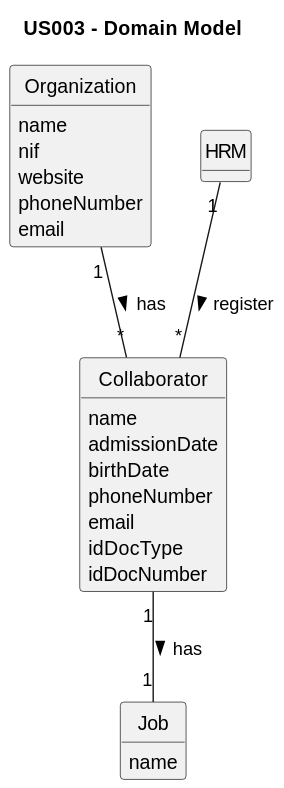
Rui-San/LAPR2_2023_2024 keeps this PlantUML diagram as docs/sprintB/us003/02.analysis/svg/us003-domain-model.svg. Above is the earlier version.
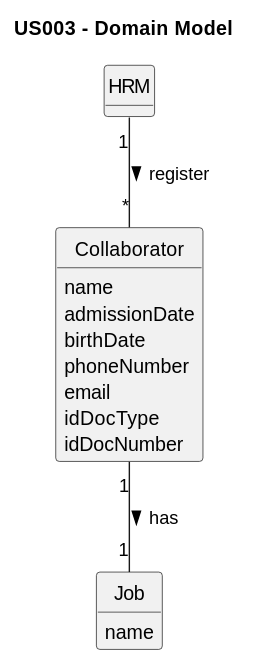
Above is the later version.

What changed in the source:
```diff
@@ -10,13 +10,7 @@
 
 title US003 - Domain Model
 
-class Organization {
-    name
-    nif
-    website
-    phoneNumber
-    email
-}
+
 
 class HRM{
 
@@ -37,6 +31,5 @@
 }
 
 HRM "1" -- "*" Collaborator : "register >"
-Organization "1" -- "*" Collaborator : "has >"
 Collaborator "1" -- "1" Job : "has >"
 @enduml
```
